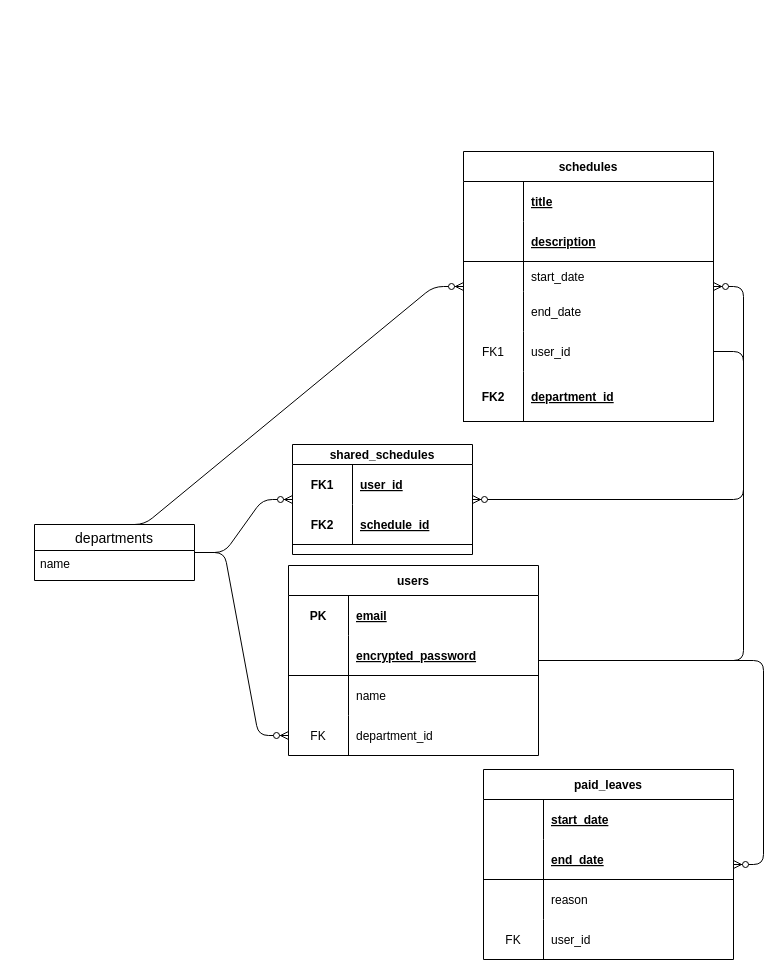
The draw.io diagram ER.dio in rangubell/oriapu, before the edit. Source tidied: cells renumbered, new cells numbered last; positions are measured from the earlier drawing's top-left corner, leaving out a move shared by most shapes. Both pictures are drawn from the tidied source at 100%, with x=0, y=0 at pixel (34, 151).
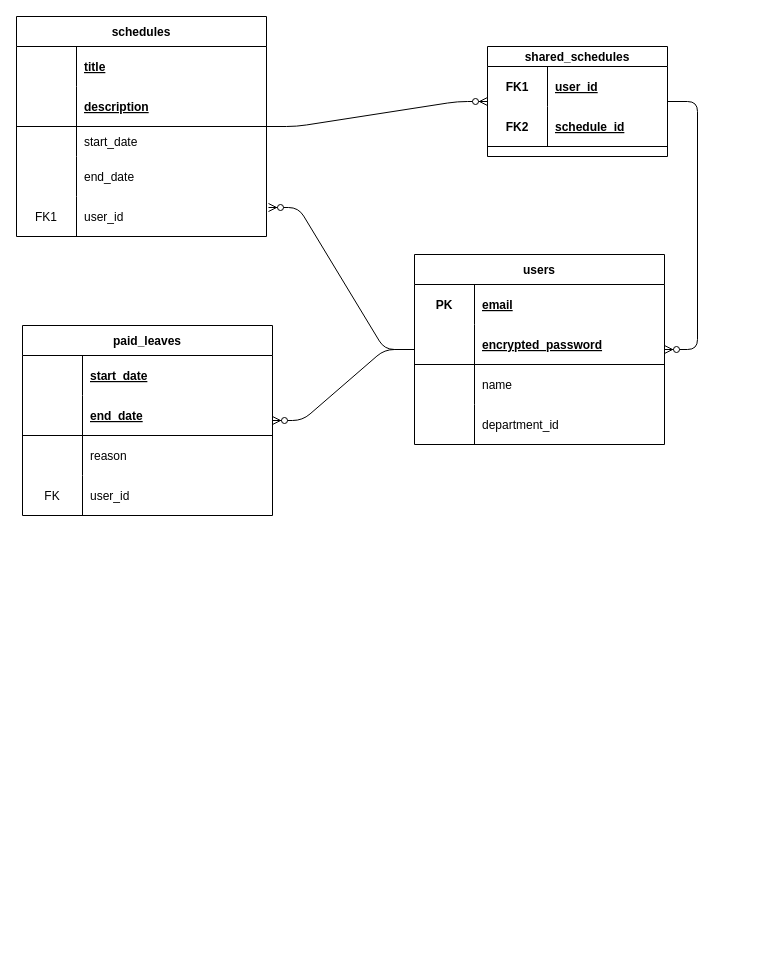
The same page after the edit.

Commit message (it also covers changes not shown here):
REEDME・ER図修正

Unchanged cells that the change refers to:
```xml
<mxCell id="12" style="shape=tableRow;horizontal=0;startSize=0;swimlaneHead=0;swimlaneBody=0;fillColor=none;points=[[0,0.5],[1,0.5]];portConstraint=eastwest;top=0;left=0;right=0;bottom=0;" parent="2" vertex="1">
  <mxGeometry y="150" width="250" height="40" as="geometry" />
</mxCell>
<mxCell id="28" style="shape=tableRow;horizontal=0;startSize=0;swimlaneHead=0;swimlaneBody=0;fillColor=none;points=[[0,0.5],[1,0.5]];portConstraint=eastwest;top=0;left=0;right=0;bottom=0;" parent="15" vertex="1">
  <mxGeometry y="180" width="250" height="40" as="geometry" />
</mxCell>
```

Diff of the diagram source:
```diff
@@
     <mxCell id="2" value="users" style="shape=table;startSize=30;childLayout=tableLayout;rowLines=0;fontStyle=1;align=center;" parent="1" vertex="1">
-      <mxGeometry x="254" y="414" width="250" height="190" as="geometry" />
+      <mxGeometry x="380" y="103" width="250" height="190" as="geometry" />
     </mxCell>
@@
-    <mxCell id="13" value="FK" style="shape=partialRectangle;fillColor=none;top=0;left=0;bottom=0;right=0;overflow=hidden;" parent="12" vertex="1">
+    <mxCell id="13" style="shape=partialRectangle;fillColor=none;top=0;left=0;bottom=0;right=0;overflow=hidden;" parent="12" vertex="1">
       <mxGeometry width="60" height="40" as="geometry" />
     </mxCell>
@@
     <mxCell id="15" value="schedules" style="shape=table;startSize=30;childLayout=tableLayout;rowLines=0;fontStyle=1;align=center;" parent="1" vertex="1">
-      <mxGeometry x="429" width="250" height="270" as="geometry" />
+      <mxGeometry x="-18" y="-135" width="250" height="220" as="geometry" />
     </mxCell>
@@
-    <mxCell id="31" style="shape=tableRow;horizontal=0;startSize=0;swimlaneHead=0;swimlaneBody=0;fillColor=none;top=0;left=0;right=0;bottom=1;" parent="15" vertex="1">
-      <mxGeometry y="220" width="250" height="50" as="geometry" />
-    </mxCell>
-    <mxCell id="32" value="FK2" style="shape=partialRectangle;fillColor=none;top=0;left=0;bottom=0;right=0;fontStyle=1;overflow=hidden;" parent="31" vertex="1">
-      <mxGeometry width="60" height="50" as="geometry" />
-    </mxCell>
-    <mxCell id="33" value="department_id" style="shape=partialRectangle;fillColor=none;top=0;left=0;bottom=0;right=0;align=left;spacingLeft=6;fontStyle=5;overflow=hidden;" parent="31" vertex="1">
-      <mxGeometry x="60" width="190" height="50" as="geometry" />
-    </mxCell>
     <mxCell id="34" value="shared_schedules" style="shape=table;startSize=20;childLayout=tableLayout;rowLines=0;fontStyle=1;align=center;" parent="1" vertex="1">
-      <mxGeometry x="258" y="293" width="180" height="110" as="geometry" />
+      <mxGeometry x="453" y="-105" width="180" height="110" as="geometry" />
     </mxCell>
@@
     <mxCell id="41" value="paid_leaves" style="shape=table;startSize=30;childLayout=tableLayout;rowLines=0;fontStyle=1;align=center;" parent="1" vertex="1">
-      <mxGeometry x="449" y="618" width="250" height="190" as="geometry" />
+      <mxGeometry x="-12" y="174" width="250" height="190" as="geometry" />
     </mxCell>
@@
-    <mxCell id="54" style="edgeStyle=entityRelationEdgeStyle;fontSize=12;html=1;endArrow=ERzeroToMany;endFill=1;" parent="1" edge="1" source="2" target="15">
+    <mxCell id="54" style="edgeStyle=entityRelationEdgeStyle;fontSize=12;html=1;endArrow=ERzeroToMany;endFill=1;entryX=1.008;entryY=0.275;entryDx=0;entryDy=0;entryPerimeter=0;" parent="1" edge="1" source="2" target="28">
       <mxGeometry relative="1" as="geometry" />
     </mxCell>
@@
-    <mxCell id="56" style="edgeStyle=entityRelationEdgeStyle;fontSize=12;html=1;endArrow=ERzeroToMany;endFill=1;" parent="1" edge="1" source="57" target="12">
-      <mxGeometry relative="1" as="geometry" />
-    </mxCell>
-    <mxCell id="57" value="departments" style="swimlane;fontStyle=0;horizontal=1;startSize=26;align=center;fontSize=14;" parent="1" vertex="1">
-      <mxGeometry y="373" width="160" height="56" as="geometry" />
-    </mxCell>
-    <mxCell id="58" value="name" style="text;strokeColor=none;fillColor=none;spacingLeft=4;spacingRight=4;overflow=hidden;fontSize=12;" parent="57" vertex="1">
-      <mxGeometry y="26" width="160" height="30" as="geometry" />
-    </mxCell>
-    <mxCell id="59" style="edgeStyle=entityRelationEdgeStyle;fontSize=12;html=1;endArrow=ERzeroToMany;endFill=1;" parent="1" edge="1" source="57" target="34">
-      <mxGeometry relative="1" as="geometry" />
-    </mxCell>
-    <mxCell id="60" style="edgeStyle=entityRelationEdgeStyle;fontSize=12;html=1;endArrow=ERzeroToMany;endFill=1;" parent="1" edge="1" source="28" target="34">
+    <mxCell id="60" style="edgeStyle=entityRelationEdgeStyle;fontSize=12;html=1;endArrow=ERzeroToMany;endFill=1;" parent="1" edge="1" source="15" target="34">
       <mxGeometry relative="1" as="geometry" />
     </mxCell>
-    <mxCell id="61" style="edgeStyle=entityRelationEdgeStyle;fontSize=12;html=1;endArrow=ERzeroToMany;endFill=1;strokeWidth=1;exitX=0.5;exitY=0;exitDx=0;exitDy=0;" parent="1" edge="1" source="57" target="15">
+    <mxCell id="61" style="edgeStyle=entityRelationEdgeStyle;fontSize=12;html=1;endArrow=ERzeroToMany;endFill=1;" parent="1" edge="1" source="34" target="2">
       <mxGeometry relative="1" as="geometry" />
     </mxCell>
```
